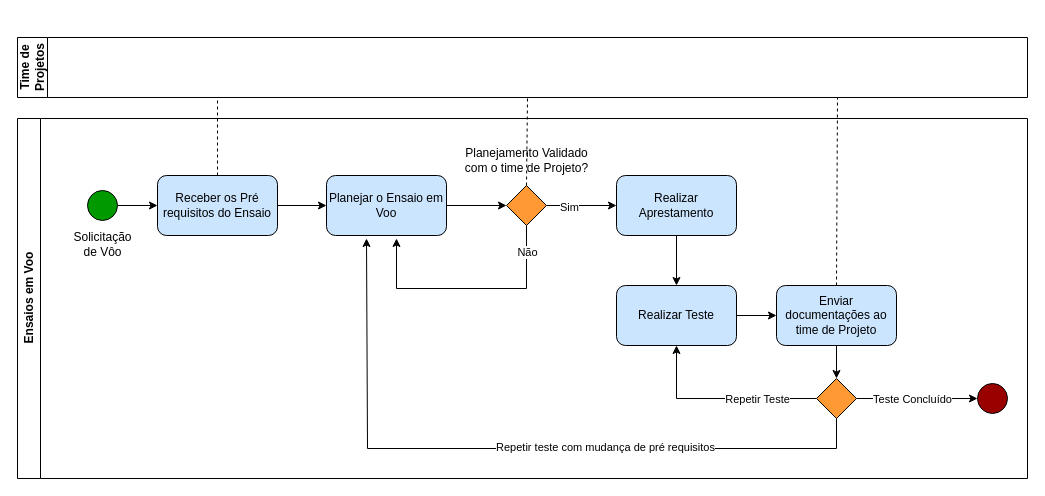
Above: page "MACRO" (1 of 2) of Ensaios em Voo.drawio in Karennc0/XMOBOTS (draw.io), before the change. Source tidied: cells renumbered, new cells numbered last; positions are measured from the earlier drawing's top-left corner, leaving out a move shared by most shapes. Both pictures are drawn from the tidied source at 100%, with x=0, y=0 at pixel (17, 37).
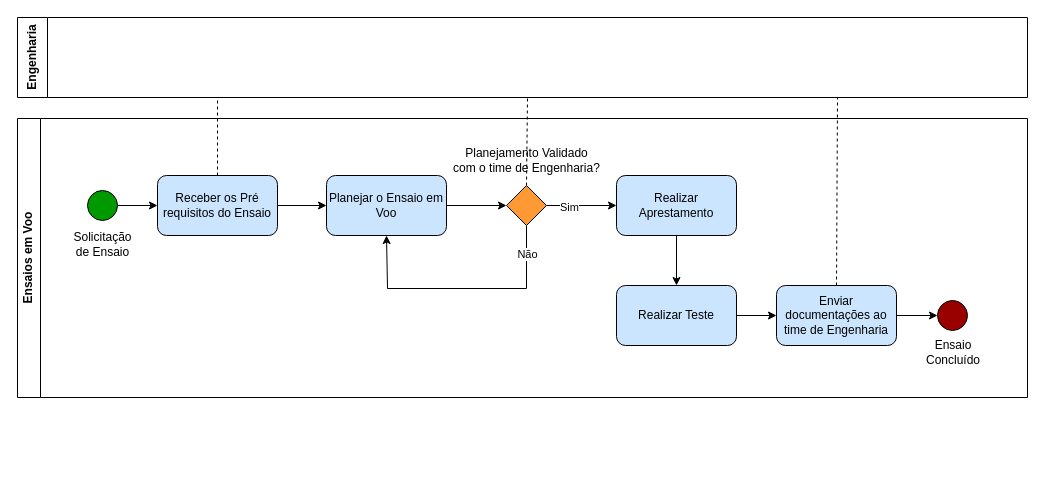
Above is the later version.

The change refers to these unchanged cells:
```xml
<mxCell id="4" value="Planejar o Ensaio em Voo" style="rounded=1;whiteSpace=wrap;html=1;fillColor=#CCE5FF;" parent="2" vertex="1">
  <mxGeometry x="309" y="57" width="120" height="60" as="geometry" />
</mxCell>
<mxCell id="12" style="rhombus;whiteSpace=wrap;html=1;fillColor=#FF9933;" parent="2" vertex="1">
  <mxGeometry x="489" y="67" width="40" height="40" as="geometry" />
</mxCell>
<mxCell id="17" value="Realizar Teste" style="whiteSpace=wrap;html=1;rounded=1;fillColor=#CCE5FF;" parent="2" vertex="1">
  <mxGeometry x="599" y="167" width="120" height="60" as="geometry" />
</mxCell>
<mxCell id="29" value="Receber os Pré requisitos do Ensaio" style="rounded=1;whiteSpace=wrap;html=1;fillColor=#CCE5FF;" parent="2" vertex="1">
  <mxGeometry x="140" y="57" width="120" height="60" as="geometry" />
</mxCell>
```

Diff of the diagram source:
```diff
@@
     <mxCell id="2" value="Ensaios em Voo" style="swimlane;horizontal=0;whiteSpace=wrap;html=1;" parent="1" vertex="1">
-      <mxGeometry y="81" width="1010" height="360" as="geometry" />
+      <mxGeometry y="81" width="1010" height="279" as="geometry" />
     </mxCell>
@@
-    <mxCell id="7" value="Solicitação de Vôo" style="text;html=1;strokeColor=none;fillColor=none;align=center;verticalAlign=middle;whiteSpace=wrap;rounded=0;" parent="2" vertex="1">
+    <mxCell id="7" value="Solicitação de Ensaio" style="text;html=1;strokeColor=none;fillColor=none;align=center;verticalAlign=middle;whiteSpace=wrap;rounded=0;" parent="2" vertex="1">
       <mxGeometry x="52.5" y="117" width="65" height="18" as="geometry" />
     </mxCell>
-    <mxCell id="8" style="edgeStyle=orthogonalEdgeStyle;rounded=0;jettySize=auto;html=1;exitX=0.5;exitY=1;exitDx=0;exitDy=0;" parent="2" edge="1" source="12">
+    <mxCell id="8" style="edgeStyle=orthogonalEdgeStyle;rounded=0;jettySize=auto;html=1;exitX=0.5;exitY=1;exitDx=0;exitDy=0;entryX=0.5;entryY=1;entryDx=0;entryDy=0;" parent="2" edge="1" source="12" target="4">
       <mxGeometry relative="1" as="geometry">
-        <mxPoint x="379" y="120" as="targetPoint" />
         <Array as="points">
           <mxPoint x="509" y="170" />
-          <mxPoint x="379" y="170" />
+          <mxPoint x="370" y="170" />
         </Array>
       </mxGeometry>
     </mxCell>
@@
-    <mxCell id="13" value="Planejamento Validado com o time de Projeto?" style="text;html=1;strokeColor=none;fillColor=none;align=center;verticalAlign=middle;whiteSpace=wrap;rounded=0;" parent="2" vertex="1">
+    <mxCell id="13" value="Planejamento Validado com o time de Engenharia?" style="text;html=1;strokeColor=none;fillColor=none;align=center;verticalAlign=middle;whiteSpace=wrap;rounded=0;" parent="2" vertex="1">
       <mxGeometry x="434.5" y="27" width="149" height="30" as="geometry" />
     </mxCell>
@@
-    <mxCell id="18" style="edgeStyle=orthogonalEdgeStyle;rounded=0;jettySize=auto;html=1;" parent="2" edge="1" source="19" target="26">
-      <mxGeometry relative="1" as="geometry" />
-    </mxCell>
+    <mxCell id="34" style="edgeStyle=orthogonalEdgeStyle;rounded=0;jettySize=auto;html=1;" parent="2" edge="1" source="19" target="27">
+      <mxGeometry relative="1" as="geometry" />
+    </mxCell>
-    <mxCell id="19" value="Enviar documentações ao time de Projeto" style="whiteSpace=wrap;html=1;rounded=1;fillColor=#CCE5FF;" parent="2" vertex="1">
+    <mxCell id="19" value="Enviar documentações ao time de Engenharia" style="whiteSpace=wrap;html=1;rounded=1;fillColor=#CCE5FF;" parent="2" vertex="1">
       <mxGeometry x="759" y="167" width="120" height="60" as="geometry" />
     </mxCell>
-    <mxCell id="20" style="edgeStyle=orthogonalEdgeStyle;rounded=0;jettySize=auto;html=1;entryX=0.5;entryY=1;entryDx=0;entryDy=0;" parent="2" edge="1" source="26" target="17">
-      <mxGeometry relative="1" as="geometry" />
-    </mxCell>
-    <mxCell id="21" value="Repetir Teste" style="edgeLabel;html=1;align=center;verticalAlign=middle;" parent="20" vertex="1">
-      <mxGeometry x="-0.1" y="-1" relative="1" as="geometry">
-        <mxPoint x="27" y="1" as="offset" />
-      </mxGeometry>
-    </mxCell>
-    <mxCell id="22" style="edgeStyle=orthogonalEdgeStyle;rounded=0;jettySize=auto;html=1;exitX=0.5;exitY=1;exitDx=0;exitDy=0;" parent="2" edge="1" source="26">
-      <mxGeometry relative="1" as="geometry">
-        <mxPoint x="349" y="120" as="targetPoint" />
-        <Array as="points">
-          <mxPoint x="819" y="330" />
-          <mxPoint x="350" y="330" />
-        </Array>
-      </mxGeometry>
-    </mxCell>
-    <mxCell id="23" value="Repetir teste com mudança de pré requisitos" style="edgeLabel;html=1;align=center;verticalAlign=middle;" parent="22" vertex="1">
-      <mxGeometry x="-0.26" y="-2" relative="1" as="geometry" />
-    </mxCell>
-    <mxCell id="24" style="edgeStyle=orthogonalEdgeStyle;rounded=0;jettySize=auto;html=1;" parent="2" edge="1" source="26" target="27">
-      <mxGeometry relative="1" as="geometry" />
-    </mxCell>
-    <mxCell id="25" value="Teste Concluído" style="edgeLabel;html=1;align=center;verticalAlign=middle;" parent="24" vertex="1">
-      <mxGeometry x="-0.41" y="-3" relative="1" as="geometry">
-        <mxPoint x="19" y="-3" as="offset" />
-      </mxGeometry>
-    </mxCell>
-    <mxCell id="26" style="rhombus;whiteSpace=wrap;html=1;fillColor=#FF9933;" parent="2" vertex="1">
-      <mxGeometry x="799" y="260" width="40" height="40" as="geometry" />
-    </mxCell>
     <mxCell id="27" style="ellipse;whiteSpace=wrap;html=1;fillColor=#990000;" parent="2" vertex="1">
-      <mxGeometry x="960" y="265" width="30" height="30" as="geometry" />
+      <mxGeometry x="920" y="182" width="30" height="30" as="geometry" />
     </mxCell>
@@
+    <mxCell id="35" value="Ensaio Concluído" style="text;html=1;strokeColor=none;fillColor=none;align=center;verticalAlign=middle;whiteSpace=wrap;rounded=0;" parent="2" vertex="1">
+      <mxGeometry x="906" y="219" width="60" height="30" as="geometry" />
+    </mxCell>
-    <mxCell id="31" value="Time de Projetos" style="swimlane;horizontal=0;whiteSpace=wrap;html=1;startSize=30;" parent="1" vertex="1">
-      <mxGeometry width="1010" height="60" as="geometry" />
+    <mxCell id="31" value="Engenharia" style="swimlane;horizontal=0;whiteSpace=wrap;html=1;startSize=30;" parent="1" vertex="1">
+      <mxGeometry y="-20" width="1010" height="80" as="geometry" />
     </mxCell>
     <mxCell id="32" style="endArrow=none;dashed=1;html=1;rounded=0;exitX=0.5;exitY=0;exitDx=0;exitDy=0;" parent="31" edge="1" source="29">
       <mxGeometry relative="1" as="geometry">
-        <mxPoint x="200" y="60" as="targetPoint" />
+        <mxPoint x="200" y="80" as="targetPoint" />
       </mxGeometry>
     </mxCell>
```
